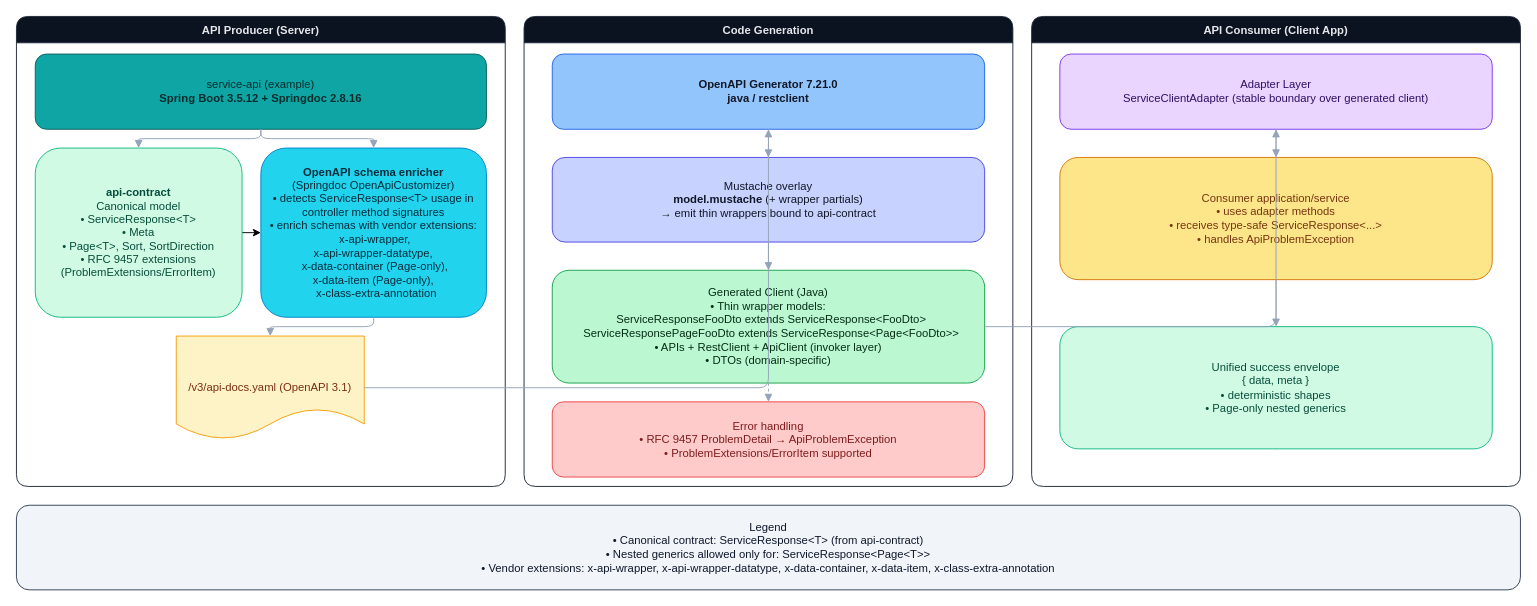
Before: docs/images/architecture/architectural-diagram.drawio in bsayli/spring-boot-openapi-generics-clients, a draw.io diagram. Source tidied: cells renumbered, new cells numbered last; positions are measured from the earlier drawing's top-left corner, leaving out a move shared by most shapes. Both pictures are drawn from the tidied source at 94%, with x=0, y=0 at pixel (16, 16).
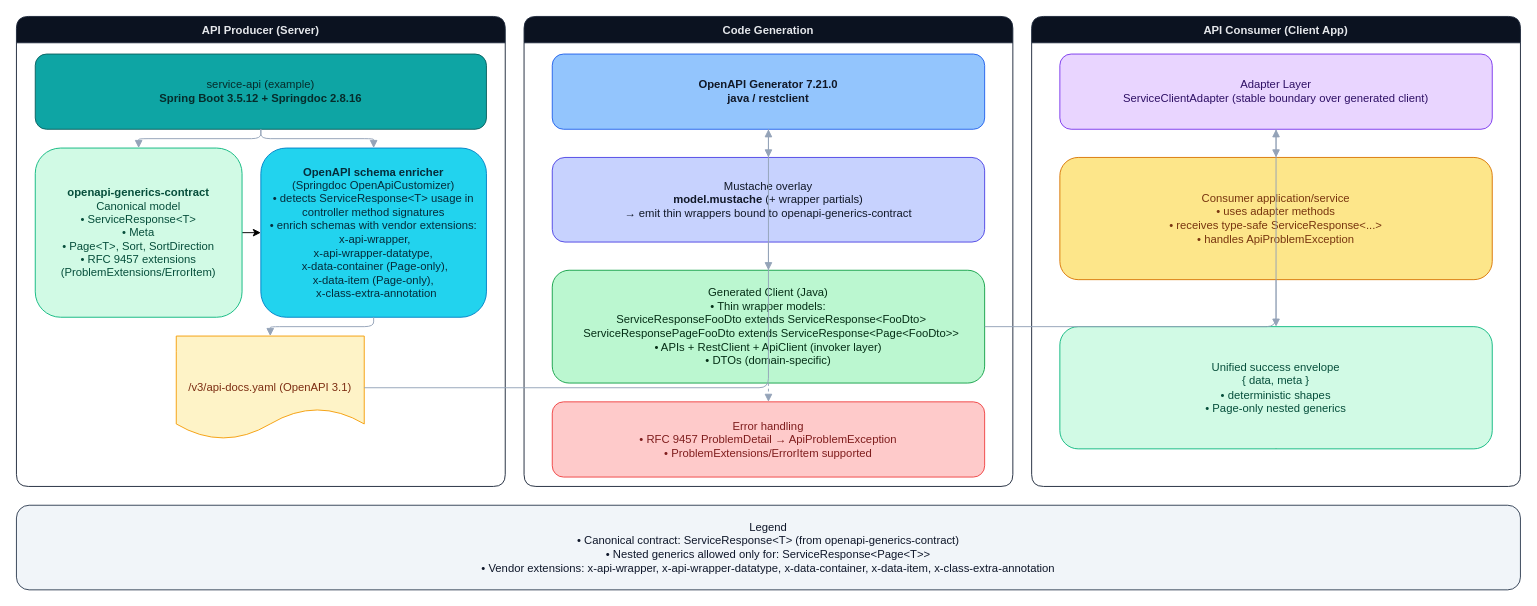
The same page after the edit.

Unchanged cells that the change refers to:
```xml
<mxCell id="2" value="API Producer (Server)" style="swimlane;rounded=1;strokeColor=#1e293b;fillColor=#0b1220;fontColor=#e5e7eb;horizontal=1;startSize=28;" parent="1" vertex="1">
  <mxGeometry width="520" height="500" as="geometry" />
</mxCell>
<mxCell id="11" value="Code Generation" style="swimlane;rounded=1;strokeColor=#1e293b;fillColor=#0b1220;fontColor=#e5e7eb;horizontal=1;startSize=28;" parent="1" vertex="1">
  <mxGeometry x="540" width="520" height="500" as="geometry" />
</mxCell>
```

The edit, as a diff of the source:
```diff
@@
-    <mxCell id="5" value="&lt;b&gt;api-contract&lt;/b&gt;&lt;br&gt;Canonical model&lt;br&gt;• ServiceResponse&amp;lt;T&amp;gt;&lt;br&gt;• Meta&lt;br&gt;• Page&amp;lt;T&amp;gt;, Sort, SortDirection&lt;br&gt;• RFC 9457 extensions (ProblemExtensions/ErrorItem)" style="rounded=1;whiteSpace=wrap;html=1;fillColor=#d1fae5;strokeColor=#10b981;fontColor=#064e3b;" parent="2" vertex="1">
+    <mxCell id="5" value="&lt;b&gt;openapi-generics-contract&lt;/b&gt;&lt;br&gt;Canonical model&lt;br&gt;• ServiceResponse&amp;lt;T&amp;gt;&lt;br&gt;• Meta&lt;br&gt;• Page&amp;lt;T&amp;gt;, Sort, SortDirection&lt;br&gt;• RFC 9457 extensions (ProblemExtensions/ErrorItem)" style="rounded=1;whiteSpace=wrap;html=1;fillColor=#d1fae5;strokeColor=#10b981;fontColor=#064e3b;" parent="2" vertex="1">
       <mxGeometry x="20" y="140" width="220" height="180" as="geometry" />
     </mxCell>
@@
-    <mxCell id="13" value="Mustache overlay&lt;br&gt;&lt;b&gt;model.mustache&lt;/b&gt; (+ wrapper partials)&lt;br&gt;→ emit thin wrappers bound to api-contract" style="rounded=1;whiteSpace=wrap;html=1;fillColor=#c7d2fe;strokeColor=#4f46e5;fontColor=#111827;" parent="11" vertex="1">
+    <mxCell id="13" value="Mustache overlay&lt;br&gt;&lt;b&gt;model.mustache&lt;/b&gt; (+ wrapper partials)&lt;br&gt;→ emit thin wrappers bound to openapi-generics-contract" style="rounded=1;whiteSpace=wrap;html=1;fillColor=#c7d2fe;strokeColor=#4f46e5;fontColor=#111827;" parent="11" vertex="1">
       <mxGeometry x="30" y="150" width="460" height="90" as="geometry" />
     </mxCell>
@@
-    <mxCell id="27" value="&lt;div&gt;Legend&lt;/div&gt;&lt;div&gt;• Canonical contract: ServiceResponse&amp;lt;T&amp;gt; (from api-contract)&lt;/div&gt;&lt;div&gt;• Nested generics allowed only for: ServiceResponse&amp;lt;Page&amp;lt;T&amp;gt;&amp;gt;&lt;/div&gt;&lt;div&gt;• Vendor extensions: x-api-wrapper, x-api-wrapper-datatype, x-data-container, x-data-item, x-class-extra-annotation&lt;/div&gt;" style="rounded=1;whiteSpace=wrap;html=1;fillColor=#f1f5f9;strokeColor=#334155;fontColor=#0f172a;" parent="1" vertex="1">
+    <mxCell id="27" value="&lt;div&gt;Legend&lt;/div&gt;&lt;div&gt;• Canonical contract: ServiceResponse&amp;lt;T&amp;gt; (from openapi-generics-contract)&lt;/div&gt;&lt;div&gt;• Nested generics allowed only for: ServiceResponse&amp;lt;Page&amp;lt;T&amp;gt;&amp;gt;&lt;/div&gt;&lt;div&gt;• Vendor extensions: x-api-wrapper, x-api-wrapper-datatype, x-data-container, x-data-item, x-class-extra-annotation&lt;/div&gt;" style="rounded=1;whiteSpace=wrap;html=1;fillColor=#f1f5f9;strokeColor=#334155;fontColor=#0f172a;" parent="1" vertex="1">
       <mxGeometry y="520" width="1600" height="90" as="geometry" />
     </mxCell>
```
